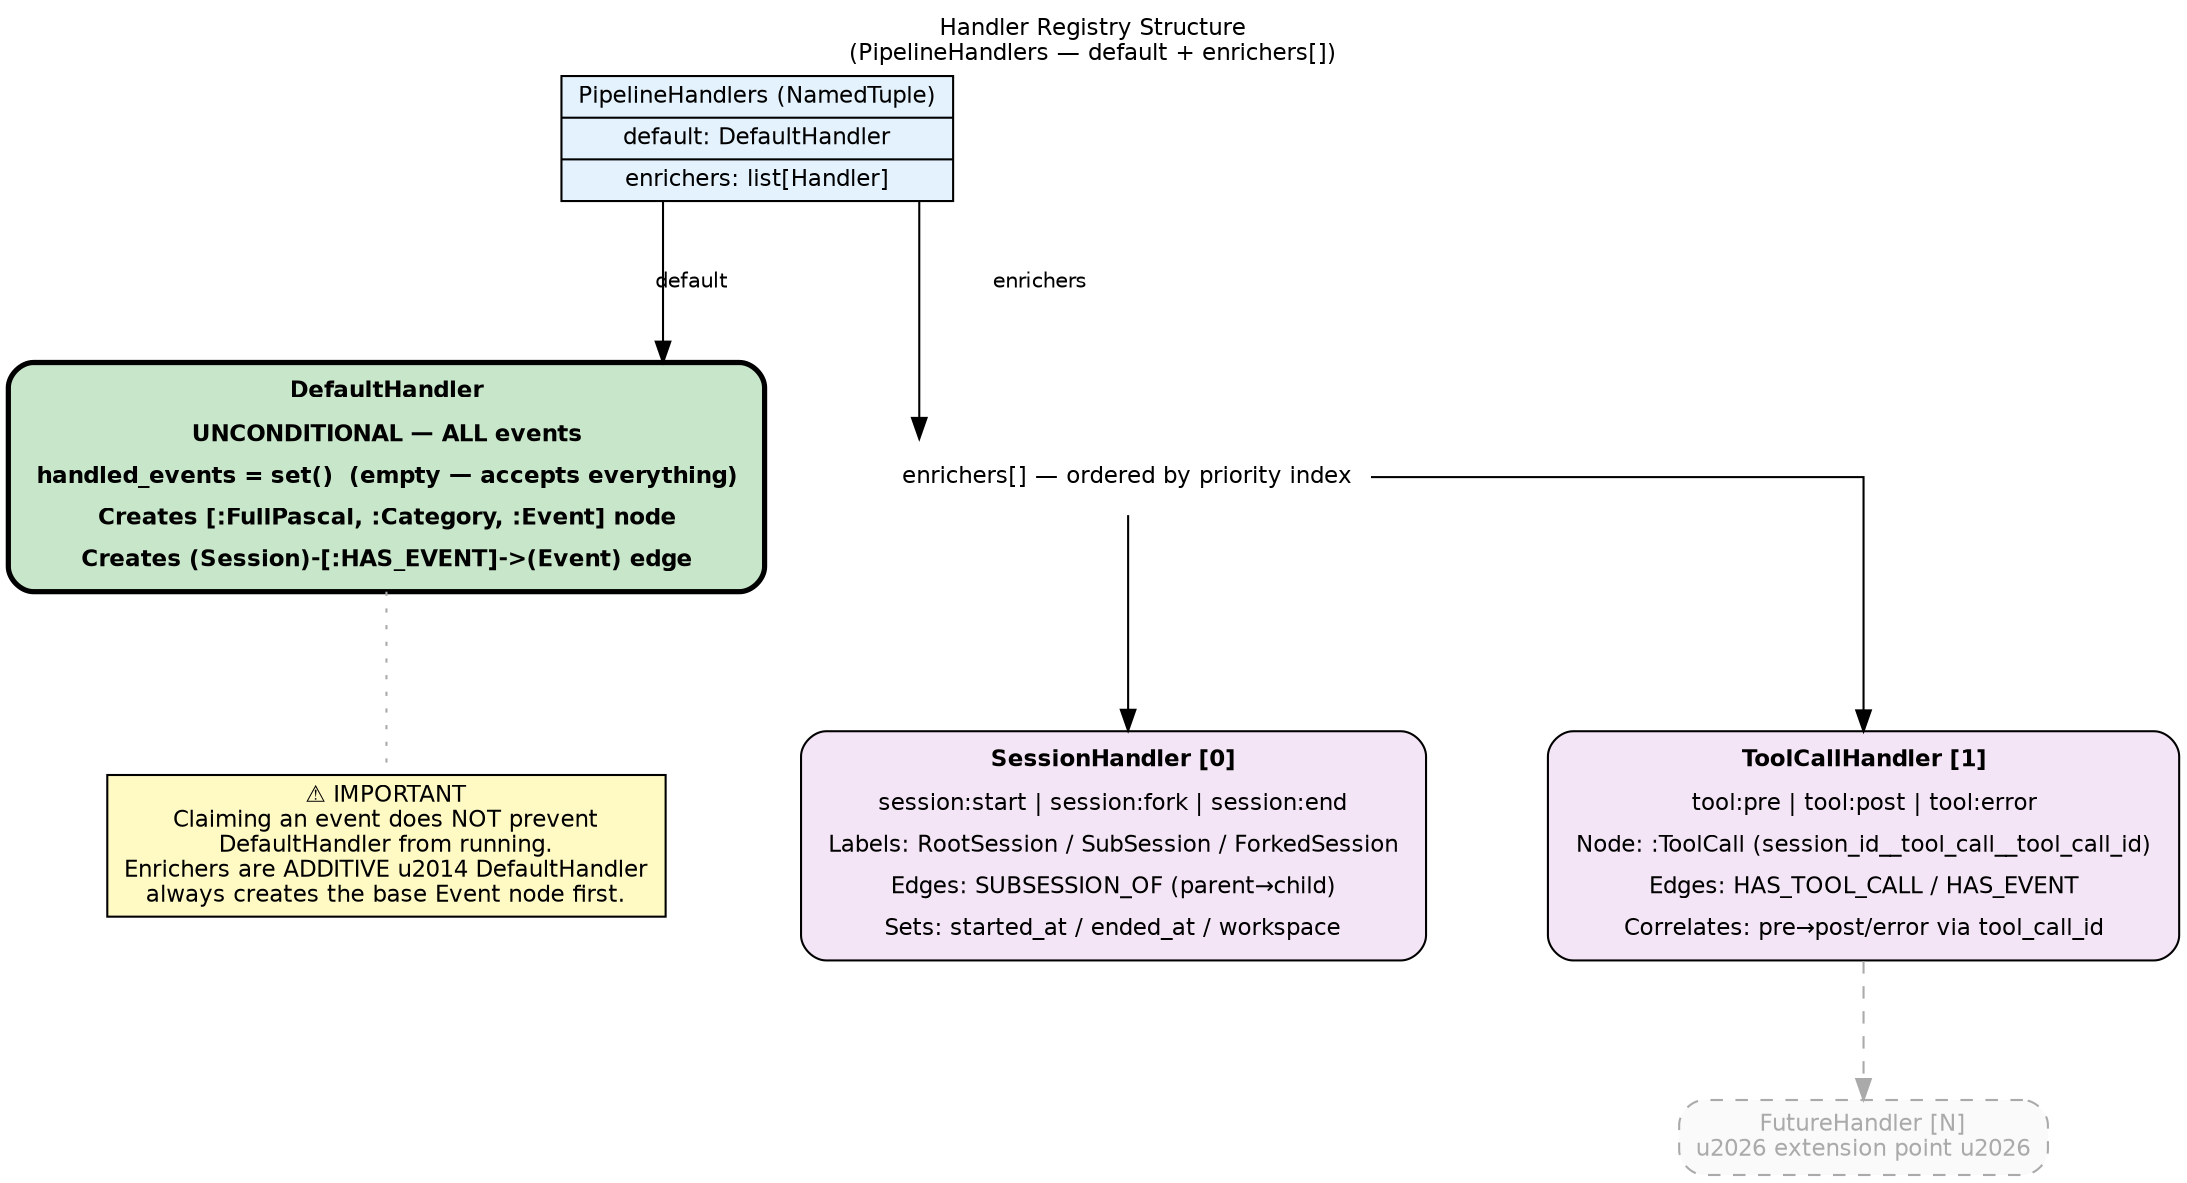
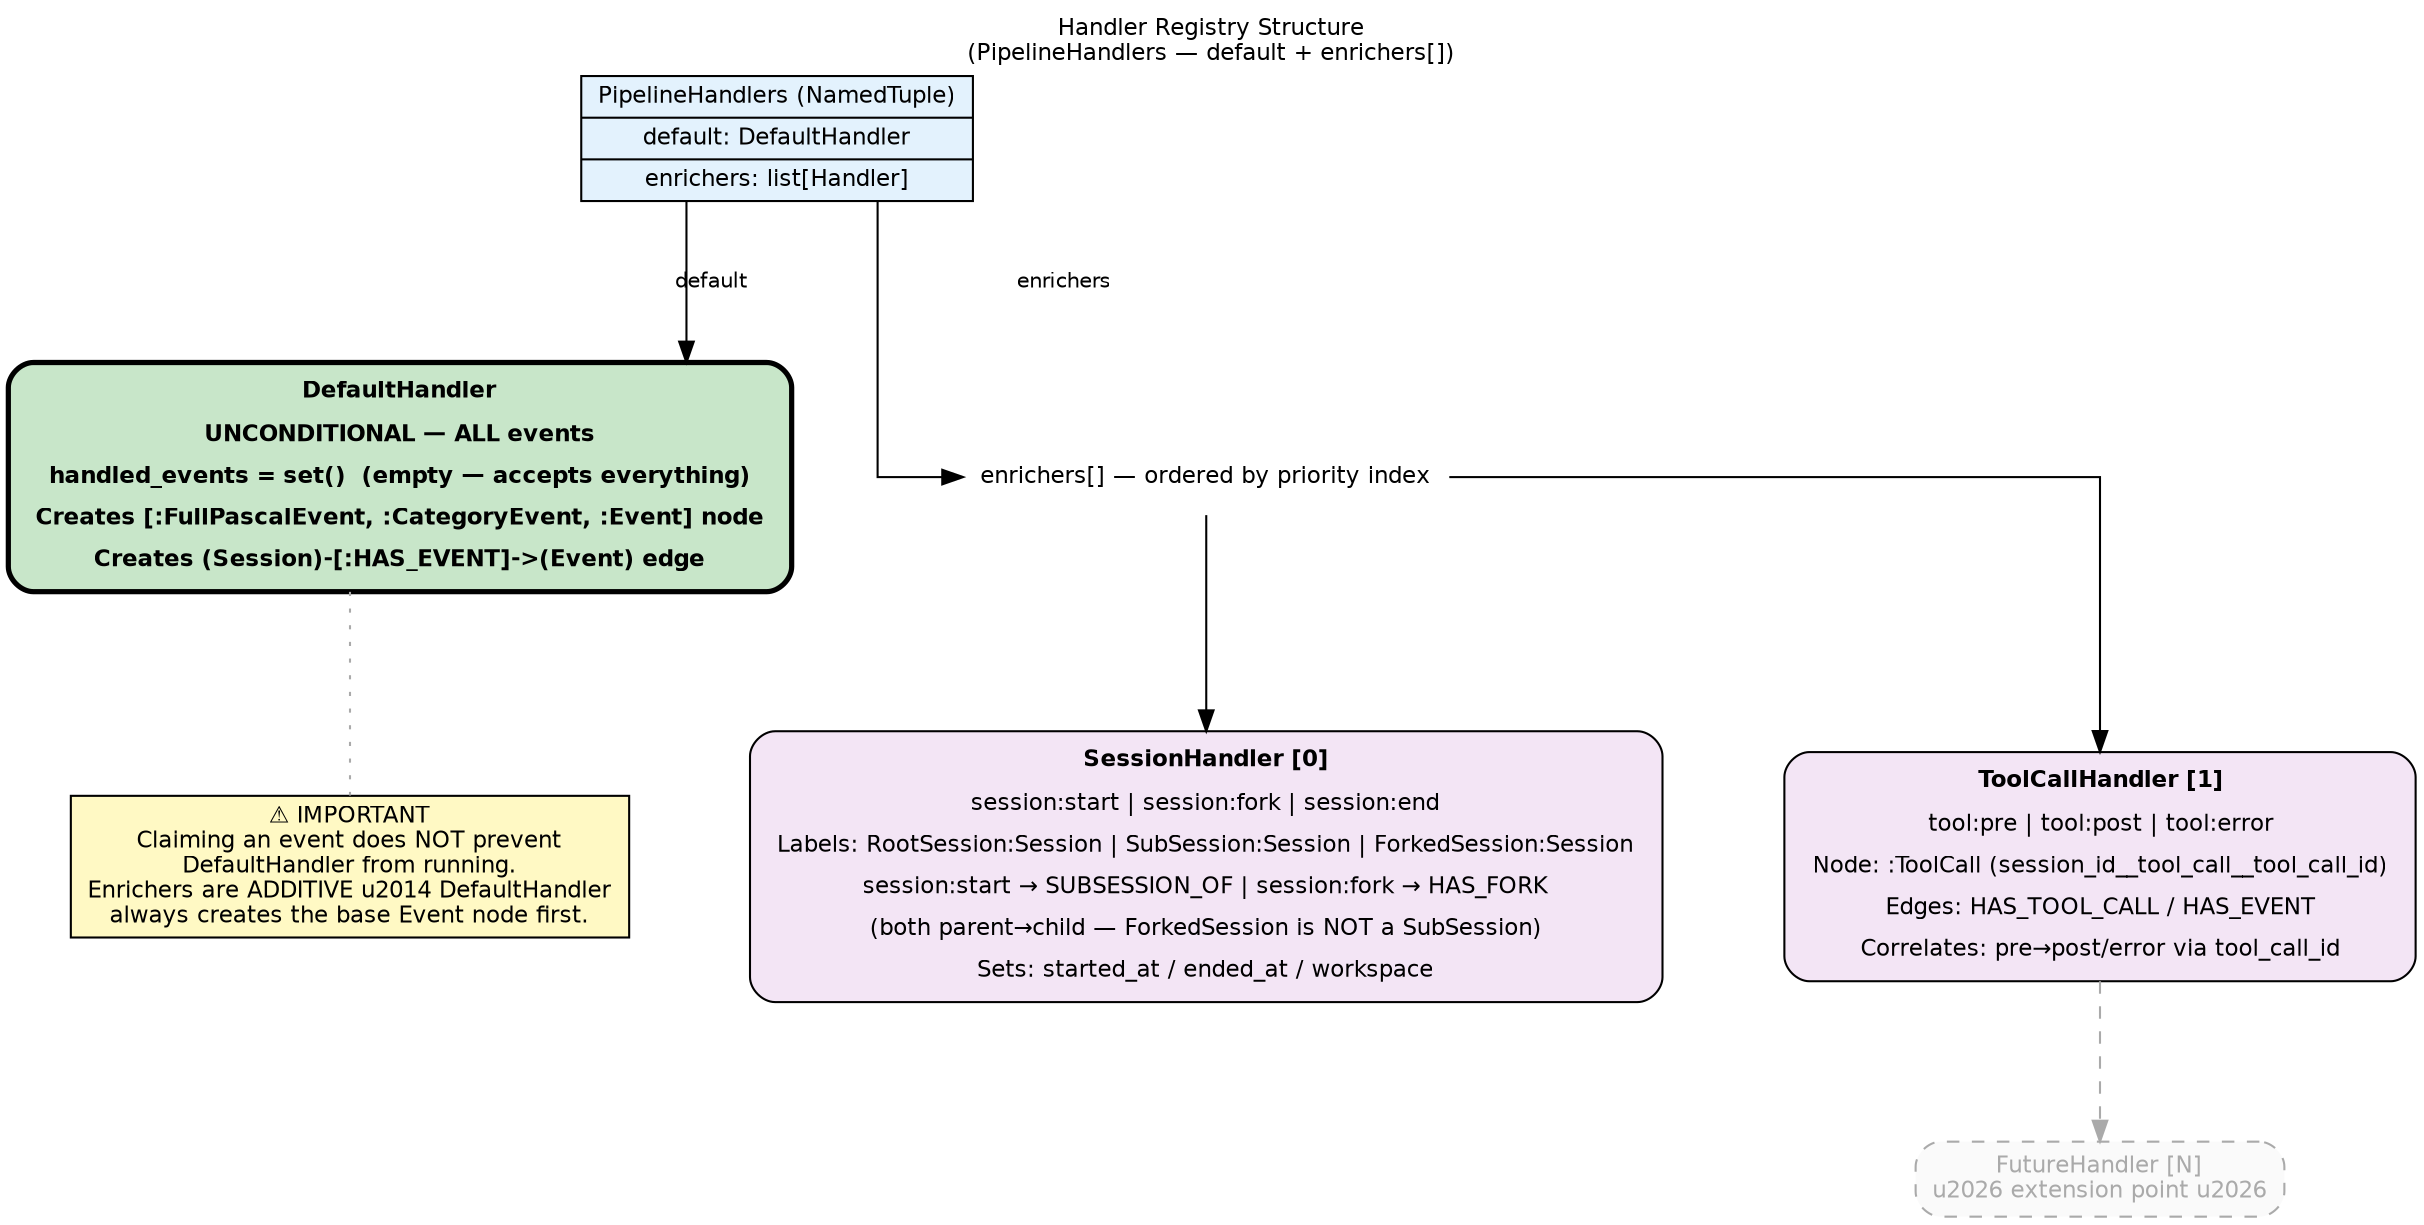
digraph handler_architecture {
    // ── Global defaults ───────────────────────────────────────────────────────
    graph [
        rankdir   = TB
        splines   = ortho
        nodesep   = 0.8
        ranksep   = 0.9
        fontname  = "Helvetica"
        fontsize  = 11
        label     = "Handler Registry Structure\n(PipelineHandlers — default + enrichers[])"
        labelloc  = t
        labeljust = c
    ]
    node [
        fontname = "Helvetica"
        fontsize = 11
        style    = "filled,rounded"
        shape    = box
    ]
    edge [
        fontname = "Helvetica"
        fontsize = 10
    ]

    // ── PipelineHandlers (NamedTuple record) ──────────────────────────────────
    PipelineHandlers [
        shape     = record
        style     = "filled"
        fillcolor = "#E3F2FD"
        label     = "{PipelineHandlers (NamedTuple) | default: DefaultHandler | enrichers: list[Handler]}"
    ]

    // ── DefaultHandler (ALWAYS — unconditional base layer) ────────────────────
    DefaultHandler [
        shape     = box
        style     = "filled,rounded"
        fillcolor = "#C8E6C9"
        fontname  = "Helvetica-Bold"
        penwidth  = 2.5
        label     = <<TABLE BORDER="0" CELLBORDER="0" CELLSPACING="2" CELLPADDING="3">
            <TR><TD><B>DefaultHandler</B></TD></TR>
            <TR><TD>UNCONDITIONAL &#8212; ALL events</TD></TR>
            <TR><TD>handled_events = set()  (empty &#8212; accepts everything)</TD></TR>
-             <TR><TD>Creates [:FullPascal, :Category, :Event] node</TD></TR>
+             <TR><TD>Creates [:FullPascalEvent, :CategoryEvent, :Event] node</TD></TR>
            <TR><TD>Creates (Session)-[:HAS_EVENT]-&gt;(Event) edge</TD></TR>
        </TABLE>>
    ]

    // ── Enrichers ordered list label ──────────────────────────────────────────
    enrichers_label [
        shape     = plaintext
        style     = ""
        fillcolor = "transparent"
        label     = "enrichers[] &#8212; ordered by priority index"
    ]

    // ── SessionHandler [0] ────────────────────────────────────────────────────
    SessionHandler [
        shape     = box
        style     = "filled,rounded"
        fillcolor = "#F3E5F5"
        label     = <<TABLE BORDER="0" CELLBORDER="0" CELLSPACING="2" CELLPADDING="3">
            <TR><TD><B>SessionHandler [0]</B></TD></TR>
            <TR><TD>session:start | session:fork | session:end</TD></TR>
-             <TR><TD>Labels: RootSession / SubSession / ForkedSession</TD></TR>
-             <TR><TD>Edges: SUBSESSION_OF (parent&#8594;child)</TD></TR>
+             <TR><TD>Labels: RootSession:Session | SubSession:Session | ForkedSession:Session</TD></TR>
+             <TR><TD>session:start &#8594; SUBSESSION_OF | session:fork &#8594; HAS_FORK</TD></TR>
+             <TR><TD>(both parent&#8594;child — ForkedSession is NOT a SubSession)</TD></TR>
            <TR><TD>Sets: started_at / ended_at / workspace</TD></TR>
        </TABLE>>
    ]

    // ── ToolCallHandler [1] ───────────────────────────────────────────────────
    ToolCallHandler [
        shape     = box
        style     = "filled,rounded"
        fillcolor = "#F3E5F5"
        label     = <<TABLE BORDER="0" CELLBORDER="0" CELLSPACING="2" CELLPADDING="3">
            <TR><TD><B>ToolCallHandler [1]</B></TD></TR>
            <TR><TD>tool:pre | tool:post | tool:error</TD></TR>
            <TR><TD>Node: :ToolCall (session_id__tool_call__tool_call_id)</TD></TR>
            <TR><TD>Edges: HAS_TOOL_CALL / HAS_EVENT</TD></TR>
            <TR><TD>Correlates: pre&#8594;post/error via tool_call_id</TD></TR>
        </TABLE>>
    ]

    // ── FutureHandler [N] (extension point) ───────────────────────────────────
    FutureHandler [
        shape     = box
        style     = "filled,rounded,dashed"
        fillcolor = "#FAFAFA"
        color     = "#AAAAAA"
        fontcolor = "#AAAAAA"
        label     = "FutureHandler [N]\n\u2026 extension point \u2026"
    ]

    // ── Warning note ──────────────────────────────────────────────────────────
    note [
        shape     = box
        style     = "filled"
        fillcolor = "#FFF9C4"
        label     = "⚠ IMPORTANT\nClaiming an event does NOT prevent\nDefaultHandler from running.\nEnrichers are ADDITIVE \u2014 DefaultHandler\nalways creates the base Event node first."
    ]

    // ── Edges ─────────────────────────────────────────────────────────────────
    PipelineHandlers -> DefaultHandler   [label = "default"]
    PipelineHandlers -> enrichers_label  [label = "enrichers"]
    enrichers_label  -> SessionHandler
    enrichers_label  -> ToolCallHandler
    ToolCallHandler  -> FutureHandler    [style = dashed, color = "#AAAAAA"]
    DefaultHandler   -> note             [style = dotted, color = "#AAAAAA", arrowhead = none]
}
